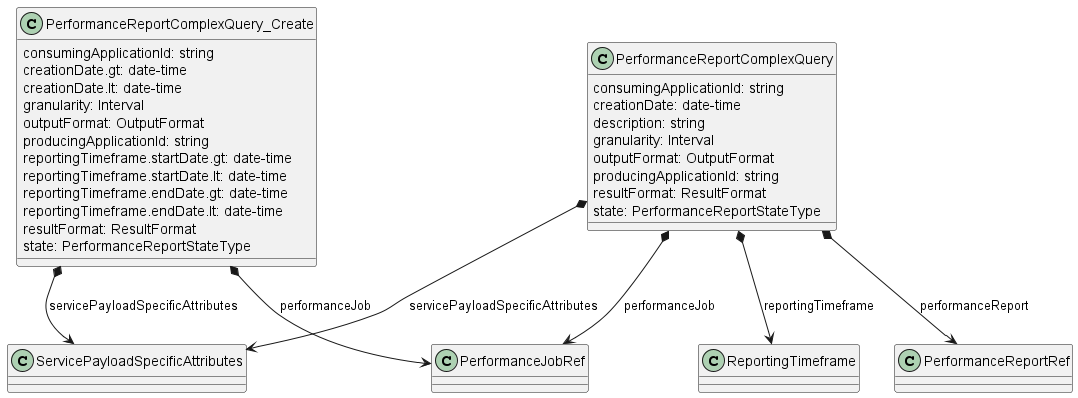
Above: documentation/serviceApi/pm/performance/media/performanceReportComplexQueryModel.png in MEF-GIT/MEF-LSO-Legato-SDK (PlantUML), before the change. Source of this version:
```plantuml
@startuml performanceReportComplexQueryModel

class PerformanceReportComplexQuery {

    consumingApplicationId: string
    creationDate: date-time
    description: string
    granularity: Interval
    outputFormat: OutputFormat
    producingApplicationId: string
    resultFormat: ResultFormat
    state: PerformanceReportStateType
}

PerformanceReportComplexQuery *--> PerformanceJobRef : performanceJob
PerformanceReportComplexQuery *--> PerformanceReportRef : performanceReport
PerformanceReportComplexQuery *--> ReportingTimeframe : reportingTimeframe
PerformanceReportComplexQuery *--> ServicePayloadSpecificAttributes : servicePayloadSpecificAttributes


class PerformanceReportComplexQuery_Create {

    consumingApplicationId: string
    creationDate.gt: date-time
    creationDate.lt: date-time
    granularity: Interval
    outputFormat: OutputFormat
    producingApplicationId: string
    reportingTimeframe.startDate.gt: date-time
    reportingTimeframe.startDate.lt: date-time
    reportingTimeframe.endDate.gt: date-time
    reportingTimeframe.endDate.lt: date-time
    resultFormat: ResultFormat
    state: PerformanceReportStateType
}

PerformanceReportComplexQuery_Create *--> PerformanceJobRef : performanceJob
PerformanceReportComplexQuery_Create *--> ServicePayloadSpecificAttributes : servicePayloadSpecificAttributes


@enduml
```
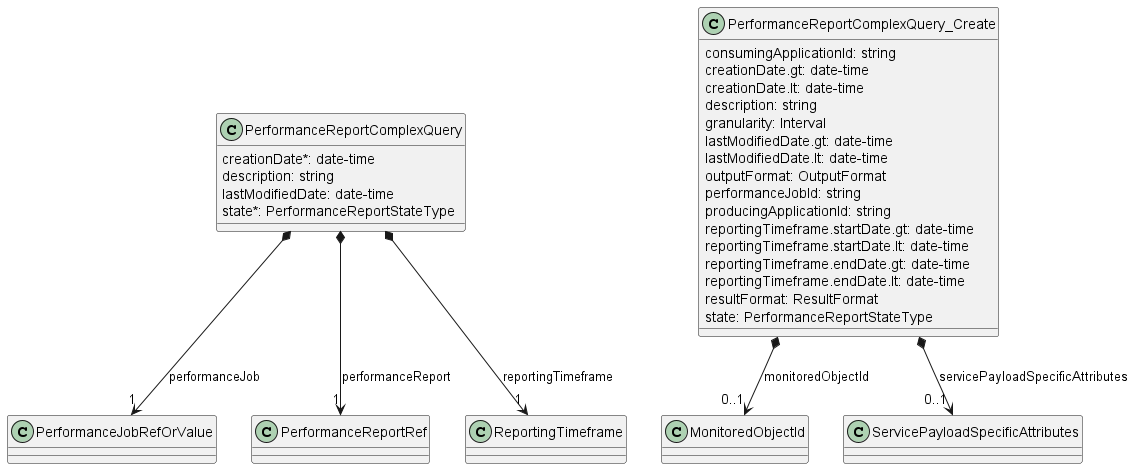
The same file after the commit.

What changed in the source:
```diff
@@ -2,20 +2,16 @@
 
 class PerformanceReportComplexQuery {
 
-    consumingApplicationId: string
-    creationDate: date-time
+    creationDate*: date-time
     description: string
-    granularity: Interval
-    outputFormat: OutputFormat
-    producingApplicationId: string
-    resultFormat: ResultFormat
-    state: PerformanceReportStateType
+    lastModifiedDate: date-time
+    state*: PerformanceReportStateType
 }
 
-PerformanceReportComplexQuery *--> PerformanceJobRef : performanceJob
-PerformanceReportComplexQuery *--> PerformanceReportRef : performanceReport
-PerformanceReportComplexQuery *--> ReportingTimeframe : reportingTimeframe
-PerformanceReportComplexQuery *--> ServicePayloadSpecificAttributes : servicePayloadSpecificAttributes
+PerformanceReportComplexQuery *-->"1" PerformanceJobRefOrValue : performanceJob
+PerformanceReportComplexQuery *-->"1" PerformanceReportRef : performanceReport
+PerformanceReportComplexQuery *-->"1" ReportingTimeframe : reportingTimeframe
+
 
 
 class PerformanceReportComplexQuery_Create {
@@ -23,8 +19,12 @@
     consumingApplicationId: string
     creationDate.gt: date-time
     creationDate.lt: date-time
+    description: string
     granularity: Interval
+    lastModifiedDate.gt: date-time
+    lastModifiedDate.lt: date-time
     outputFormat: OutputFormat
+    performanceJobId: string
     producingApplicationId: string
     reportingTimeframe.startDate.gt: date-time
     reportingTimeframe.startDate.lt: date-time
@@ -34,8 +34,8 @@
     state: PerformanceReportStateType
 }
 
-PerformanceReportComplexQuery_Create *--> PerformanceJobRef : performanceJob
-PerformanceReportComplexQuery_Create *--> ServicePayloadSpecificAttributes : servicePayloadSpecificAttributes
+PerformanceReportComplexQuery_Create *-->"0..1" MonitoredObjectId : monitoredObjectId
+PerformanceReportComplexQuery_Create *-->"0..1" ServicePayloadSpecificAttributes : servicePayloadSpecificAttributes
 
 
 @enduml
```
